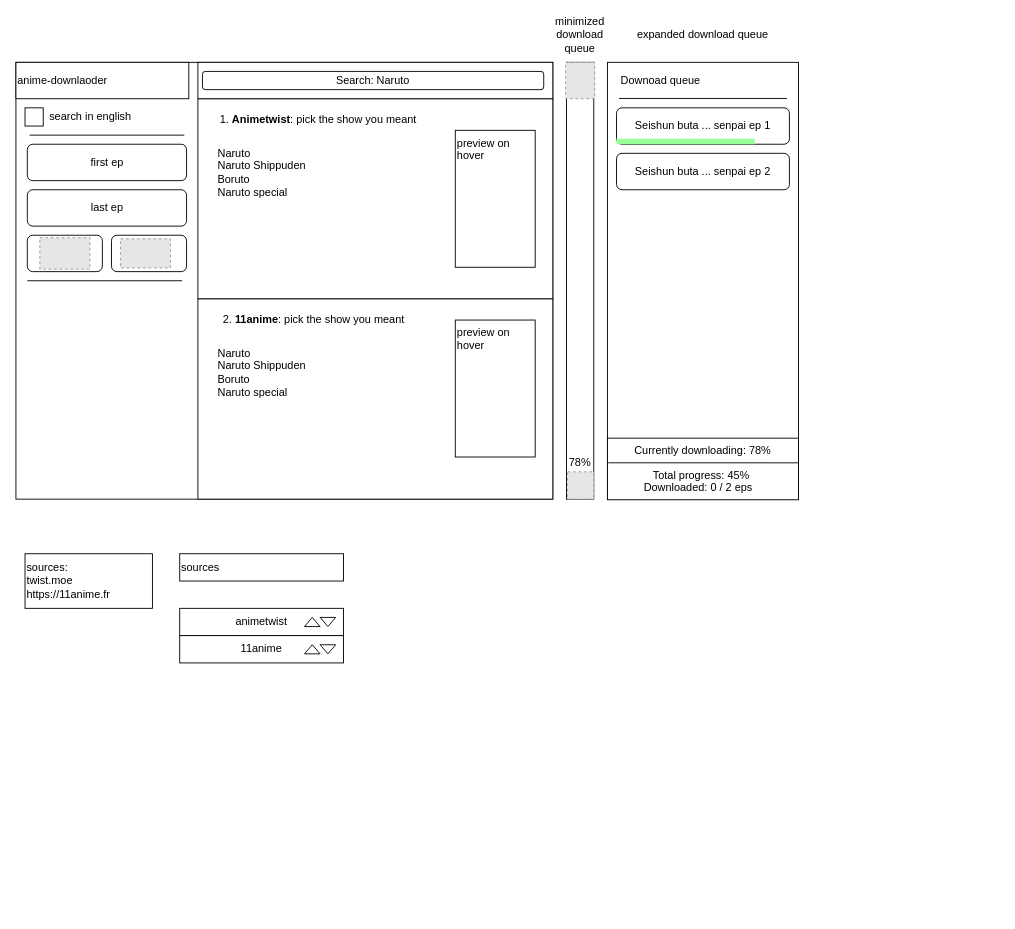
Above: flowchart.drawio in KraXen72/animetwist-dl-electron (draw.io), before the change. Source tidied: cells renumbered, new cells numbered last; positions are measured from the earlier drawing's top-left corner, leaving out a move shared by most shapes. Both pictures are drawn from the tidied source at 91%, with x=0, y=0 at pixel (15, 25). Pictures stored in the file or linked from it are replaced by grey dashed boxes.
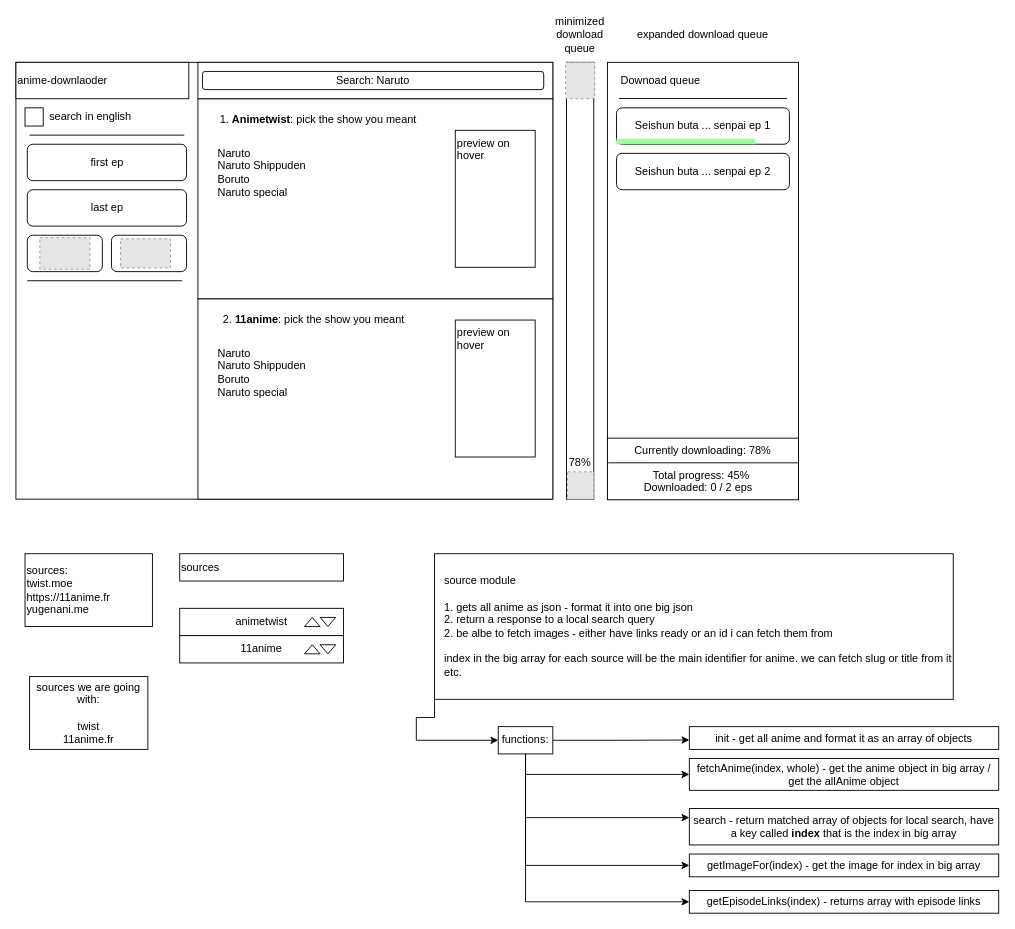
The same page after the edit.

What changed in the source:
```diff
@@
-    <mxCell id="2" value="sources:&lt;br&gt;twist.moe&lt;br&gt;https://11anime.fr" style="rounded=0;whiteSpace=wrap;html=1;align=left;" parent="1" vertex="1">
-      <mxGeometry x="10" y="580" width="140" height="60" as="geometry" />
+    <mxCell id="2" value="sources:&lt;br&gt;twist.moe&lt;br&gt;https://11anime.fr&lt;br&gt;yugenani.me" style="rounded=0;whiteSpace=wrap;html=1;align=left;" parent="1" vertex="1">
+      <mxGeometry x="10" y="580" width="140" height="80" as="geometry" />
     </mxCell>
@@
+    <mxCell id="65" style="edgeStyle=orthogonalEdgeStyle;rounded=0;jettySize=auto;html=1;exitX=0;exitY=1;exitDx=0;exitDy=0;entryX=0;entryY=0.5;entryDx=0;entryDy=0;" parent="1" edge="1" source="66" target="72">
+      <mxGeometry relative="1" as="geometry" />
+    </mxCell>
+    <mxCell id="66" value="source module&lt;br&gt;&lt;br&gt;1. gets all anime as json - format it into one big json&lt;br&gt;2. return a response to a local search query&lt;br&gt;&lt;div&gt;&lt;span&gt;2. be albe to fetch images - either have links ready or an id i can fetch them from&lt;br&gt;&lt;br&gt;index in the big array for each source will be the main identifier for anime. we can fetch slug or title from it etc.&lt;/span&gt;&lt;/div&gt;" style="rounded=0;whiteSpace=wrap;html=1;align=left;spacingLeft=9;" parent="1" vertex="1">
+      <mxGeometry x="460" y="580" width="570" height="160" as="geometry" />
+    </mxCell>
+    <mxCell id="67" style="edgeStyle=orthogonalEdgeStyle;rounded=0;jettySize=auto;html=1;exitX=1;exitY=0.5;exitDx=0;exitDy=0;" parent="1" edge="1" source="72">
+      <mxGeometry relative="1" as="geometry">
+        <mxPoint x="740" y="784.7" as="targetPoint" />
+      </mxGeometry>
+    </mxCell>
+    <mxCell id="68" style="edgeStyle=orthogonalEdgeStyle;rounded=0;jettySize=auto;html=1;exitX=0.5;exitY=1;exitDx=0;exitDy=0;" parent="1" edge="1" source="72">
+      <mxGeometry relative="1" as="geometry">
+        <mxPoint x="740" y="870" as="targetPoint" />
+        <Array as="points">
+          <mxPoint x="560" y="870" />
+          <mxPoint x="740" y="870" />
+        </Array>
+      </mxGeometry>
+    </mxCell>
+    <mxCell id="69" style="edgeStyle=orthogonalEdgeStyle;rounded=0;jettySize=auto;html=1;exitX=0.5;exitY=1;exitDx=0;exitDy=0;entryX=0;entryY=0.5;entryDx=0;entryDy=0;" parent="1" edge="1" source="72" target="75">
+      <mxGeometry relative="1" as="geometry" />
+    </mxCell>
+    <mxCell id="70" style="edgeStyle=orthogonalEdgeStyle;rounded=0;jettySize=auto;html=1;exitX=0.5;exitY=1;exitDx=0;exitDy=0;entryX=0;entryY=0.5;entryDx=0;entryDy=0;" parent="1" edge="1" source="72" target="76">
+      <mxGeometry relative="1" as="geometry" />
+    </mxCell>
+    <mxCell id="71" style="edgeStyle=orthogonalEdgeStyle;rounded=0;jettySize=auto;html=1;exitX=0.5;exitY=1;exitDx=0;exitDy=0;entryX=0;entryY=0.5;entryDx=0;entryDy=0;" parent="1" edge="1" source="72" target="78">
+      <mxGeometry relative="1" as="geometry" />
+    </mxCell>
+    <mxCell id="72" value="functions:" style="rounded=0;whiteSpace=wrap;html=1;align=center;verticalAlign=middle;" parent="1" vertex="1">
+      <mxGeometry x="530" y="770" width="60" height="30" as="geometry" />
+    </mxCell>
+    <mxCell id="73" value="&lt;span style=&quot;text-align: left&quot;&gt;init - get all anime and format it as an array of objects&lt;/span&gt;" style="rounded=0;whiteSpace=wrap;html=1;" parent="1" vertex="1">
+      <mxGeometry x="740" y="770" width="340" height="25" as="geometry" />
+    </mxCell>
+    <mxCell id="74" value="&lt;div style=&quot;&quot;&gt;search - return matched array of objects for local search, have a key called &lt;b&gt;index&lt;/b&gt;&amp;nbsp;that is the index in big array&lt;/div&gt;" style="rounded=0;whiteSpace=wrap;html=1;align=center;" parent="1" vertex="1">
+      <mxGeometry x="740" y="860" width="340" height="40" as="geometry" />
+    </mxCell>
+    <mxCell id="75" value="&lt;div style=&quot;text-align: left&quot;&gt;getImageFor(index) - get the image for index in big array&lt;/div&gt;" style="rounded=0;whiteSpace=wrap;html=1;" parent="1" vertex="1">
+      <mxGeometry x="740" y="910" width="340" height="25" as="geometry" />
+    </mxCell>
+    <mxCell id="76" value="&lt;div style=&quot;text-align: left&quot;&gt;getEpisodeLinks(index) - returns array with episode links&lt;/div&gt;" style="rounded=0;whiteSpace=wrap;html=1;" parent="1" vertex="1">
+      <mxGeometry x="740" y="950" width="340" height="25" as="geometry" />
+    </mxCell>
+    <mxCell id="77" value="sources we are going with:&lt;br&gt;&lt;br&gt;twist&lt;br&gt;11anime.fr" style="whiteSpace=wrap;html=1;align=center;" parent="1" vertex="1">
+      <mxGeometry x="15" y="715" width="130" height="80" as="geometry" />
+    </mxCell>
+    <mxCell id="78" value="&lt;span style=&quot;text-align: left&quot;&gt;fetchAnime(index, whole) - get the anime object in big array / get the allAnime object&lt;/span&gt;" style="rounded=0;whiteSpace=wrap;html=1;" parent="1" vertex="1">
+      <mxGeometry x="740" y="805" width="340" height="35" as="geometry" />
+    </mxCell>
```
